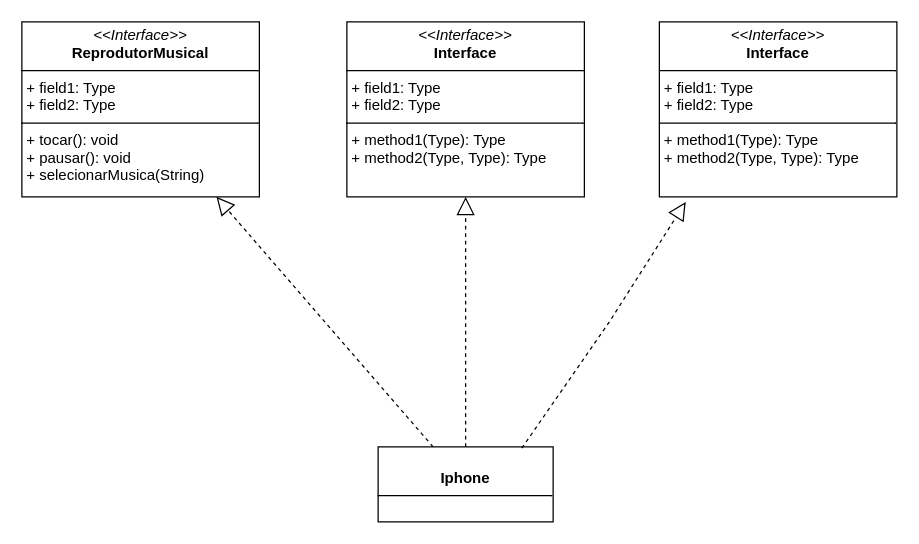
Above: DesafioIphone/DesafioIphone/Diagrama Classes - Iphone.drawio in ThomazJacob/dio-trilha-java (draw.io), before the change. Source tidied: cells renumbered, new cells numbered last; positions are measured from the earlier drawing's top-left corner, leaving out a move shared by most shapes. Both pictures are drawn from the tidied source at 125%, with x=0, y=0 at pixel (21, 21).
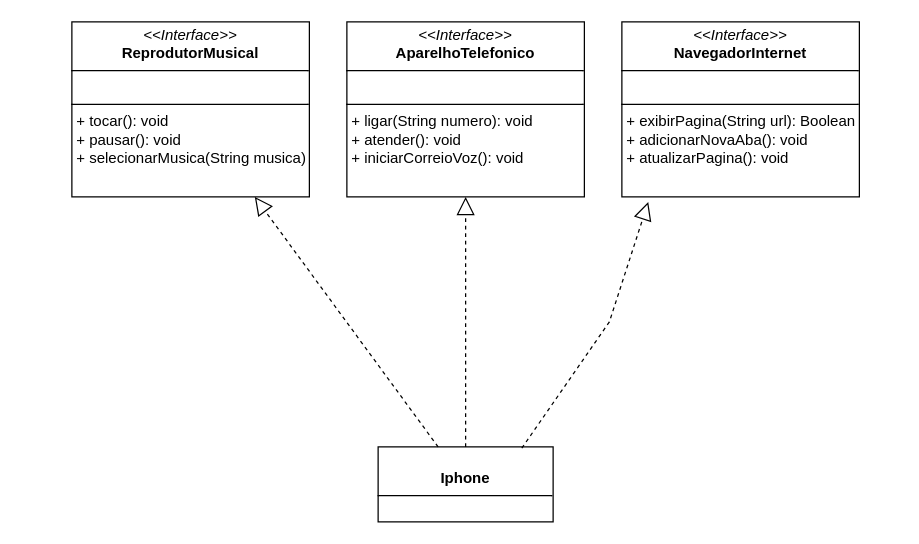
The same diagram, later.

Diff of the diagram source:
```diff
@@
 <mxGraphModel>
   <root>
     <mxCell id="0" />
     <mxCell id="1" parent="0" />
-    <mxCell id="2" value="&lt;p style=&quot;margin:0px;margin-top:4px;text-align:center;&quot;&gt;&lt;i&gt;&amp;lt;&amp;lt;Interface&amp;gt;&amp;gt;&lt;/i&gt;&lt;br&gt;&lt;b&gt;ReprodutorMusical&lt;/b&gt;&lt;br&gt;&lt;/p&gt;&lt;hr size=&quot;1&quot; style=&quot;border-style:solid;&quot;&gt;&lt;p style=&quot;margin:0px;margin-left:4px;&quot;&gt;+ field1: Type&lt;br&gt;+ field2: Type&lt;/p&gt;&lt;hr size=&quot;1&quot; style=&quot;border-style:solid;&quot;&gt;&lt;p style=&quot;margin:0px;margin-left:4px;&quot;&gt;+ tocar(): void&lt;br&gt;+ pausar(): void&lt;/p&gt;&lt;p style=&quot;margin:0px;margin-left:4px;&quot;&gt;+ selecionarMusica(String)&lt;br&gt;&lt;/p&gt;" style="verticalAlign=top;align=left;overflow=fill;html=1;whiteSpace=wrap;" parent="1" vertex="1">
-      <mxGeometry width="190" height="140" as="geometry" />
+    <mxCell id="2" value="&lt;p style=&quot;margin:0px;margin-top:4px;text-align:center;&quot;&gt;&lt;i&gt;&amp;lt;&amp;lt;Interface&amp;gt;&amp;gt;&lt;/i&gt;&lt;br&gt;&lt;b&gt;ReprodutorMusical&lt;/b&gt;&lt;br&gt;&lt;/p&gt;&lt;hr size=&quot;1&quot; style=&quot;border-style:solid;&quot;&gt;&lt;p style=&quot;margin:0px;margin-left:4px;&quot;&gt;&lt;br&gt;&lt;/p&gt;&lt;hr size=&quot;1&quot; style=&quot;border-style:solid;&quot;&gt;&lt;p style=&quot;margin:0px;margin-left:4px;&quot;&gt;+ tocar(): void&lt;br&gt;+ pausar(): void&lt;/p&gt;&lt;p style=&quot;margin:0px;margin-left:4px;&quot;&gt;+ selecionarMusica(String musica)&lt;br&gt;&lt;/p&gt;" style="verticalAlign=top;align=left;overflow=fill;html=1;whiteSpace=wrap;" parent="1" vertex="1">
+      <mxGeometry x="40" width="190" height="140" as="geometry" />
     </mxCell>
-    <mxCell id="3" value="&lt;p style=&quot;margin:0px;margin-top:4px;text-align:center;&quot;&gt;&lt;i&gt;&amp;lt;&amp;lt;Interface&amp;gt;&amp;gt;&lt;/i&gt;&lt;br/&gt;&lt;b&gt;Interface&lt;/b&gt;&lt;/p&gt;&lt;hr size=&quot;1&quot; style=&quot;border-style:solid;&quot;/&gt;&lt;p style=&quot;margin:0px;margin-left:4px;&quot;&gt;+ field1: Type&lt;br/&gt;+ field2: Type&lt;/p&gt;&lt;hr size=&quot;1&quot; style=&quot;border-style:solid;&quot;/&gt;&lt;p style=&quot;margin:0px;margin-left:4px;&quot;&gt;+ method1(Type): Type&lt;br/&gt;+ method2(Type, Type): Type&lt;/p&gt;" style="verticalAlign=top;align=left;overflow=fill;html=1;whiteSpace=wrap;" parent="1" vertex="1">
+    <mxCell id="3" value="&lt;p style=&quot;margin:0px;margin-top:4px;text-align:center;&quot;&gt;&lt;i&gt;&amp;lt;&amp;lt;Interface&amp;gt;&amp;gt;&lt;/i&gt;&lt;br&gt;&lt;b&gt;AparelhoTelefonico&lt;/b&gt;&lt;br&gt;&lt;/p&gt;&lt;hr size=&quot;1&quot; style=&quot;border-style:solid;&quot;&gt;&lt;p style=&quot;margin:0px;margin-left:4px;&quot;&gt;&lt;br&gt;&lt;/p&gt;&lt;hr size=&quot;1&quot; style=&quot;border-style:solid;&quot;&gt;&lt;p style=&quot;margin:0px;margin-left:4px;&quot;&gt;+ ligar(String numero): void&lt;br&gt;+ atender(): void&lt;/p&gt;&lt;p style=&quot;margin:0px;margin-left:4px;&quot;&gt;+ iniciarCorreioVoz(): void&lt;br&gt;&lt;/p&gt;" style="verticalAlign=top;align=left;overflow=fill;html=1;whiteSpace=wrap;" parent="1" vertex="1">
       <mxGeometry x="260" width="190" height="140" as="geometry" />
     </mxCell>
-    <mxCell id="4" value="&lt;p style=&quot;margin:0px;margin-top:4px;text-align:center;&quot;&gt;&lt;i&gt;&amp;lt;&amp;lt;Interface&amp;gt;&amp;gt;&lt;/i&gt;&lt;br/&gt;&lt;b&gt;Interface&lt;/b&gt;&lt;/p&gt;&lt;hr size=&quot;1&quot; style=&quot;border-style:solid;&quot;/&gt;&lt;p style=&quot;margin:0px;margin-left:4px;&quot;&gt;+ field1: Type&lt;br/&gt;+ field2: Type&lt;/p&gt;&lt;hr size=&quot;1&quot; style=&quot;border-style:solid;&quot;/&gt;&lt;p style=&quot;margin:0px;margin-left:4px;&quot;&gt;+ method1(Type): Type&lt;br/&gt;+ method2(Type, Type): Type&lt;/p&gt;" style="verticalAlign=top;align=left;overflow=fill;html=1;whiteSpace=wrap;" parent="1" vertex="1">
-      <mxGeometry x="510" width="190" height="140" as="geometry" />
+    <mxCell id="4" value="&lt;p style=&quot;margin:0px;margin-top:4px;text-align:center;&quot;&gt;&lt;i&gt;&amp;lt;&amp;lt;Interface&amp;gt;&amp;gt;&lt;/i&gt;&lt;br&gt;&lt;b&gt;NavegadorInternet&lt;/b&gt;&lt;br&gt;&lt;/p&gt;&lt;hr size=&quot;1&quot; style=&quot;border-style:solid;&quot;&gt;&lt;p style=&quot;margin:0px;margin-left:4px;&quot;&gt;&lt;br&gt;&lt;/p&gt;&lt;hr size=&quot;1&quot; style=&quot;border-style:solid;&quot;&gt;&lt;p style=&quot;margin:0px;margin-left:4px;&quot;&gt;+ exibirPagina(String url): Boolean&lt;br&gt;+ adicionarNovaAba(): void&lt;/p&gt;&lt;p style=&quot;margin:0px;margin-left:4px;&quot;&gt;+ atualizarPagina(): void&lt;br&gt;&lt;/p&gt;" style="verticalAlign=top;align=left;overflow=fill;html=1;whiteSpace=wrap;" parent="1" vertex="1">
+      <mxGeometry x="480" width="190" height="140" as="geometry" />
     </mxCell>
     <mxCell id="5" value="&lt;span style=&quot;white-space: pre;&quot;&gt;&#9;&lt;/span&gt;&lt;p style=&quot;margin:0px;margin-top:4px;text-align:center;&quot;&gt;&lt;b&gt;Iphone&lt;/b&gt;&lt;br&gt;&lt;/p&gt;&lt;hr size=&quot;1&quot; style=&quot;border-style:solid;&quot;&gt;&lt;div style=&quot;height:2px;&quot;&gt;&lt;/div&gt;" style="verticalAlign=top;align=left;overflow=fill;html=1;whiteSpace=wrap;" parent="1" vertex="1">
       <mxGeometry x="285" y="340" width="140" height="60" as="geometry" />
     </mxCell>
     <mxCell id="6" style="endArrow=block;dashed=1;endFill=0;endSize=12;html=1;rounded=0;" parent="1" edge="1" source="5" target="2">
       <mxGeometry relative="1" as="geometry" />
     </mxCell>
     <mxCell id="7" style="endArrow=block;dashed=1;endFill=0;endSize=12;html=1;rounded=0;" parent="1" edge="1" source="5" target="3">
       <mxGeometry relative="1" as="geometry" />
     </mxCell>
     <mxCell id="8" style="endArrow=block;dashed=1;endFill=0;endSize=12;html=1;rounded=0;exitX=0.821;exitY=0.017;exitDx=0;exitDy=0;exitPerimeter=0;entryX=0.111;entryY=1.029;entryDx=0;entryDy=0;entryPerimeter=0;" parent="1" edge="1" source="5" target="4">
       <mxGeometry relative="1" as="geometry">
         <Array as="points">
           <mxPoint x="470" y="240" />
         </Array>
       </mxGeometry>
     </mxCell>
   </root>
 </mxGraphModel>
```
